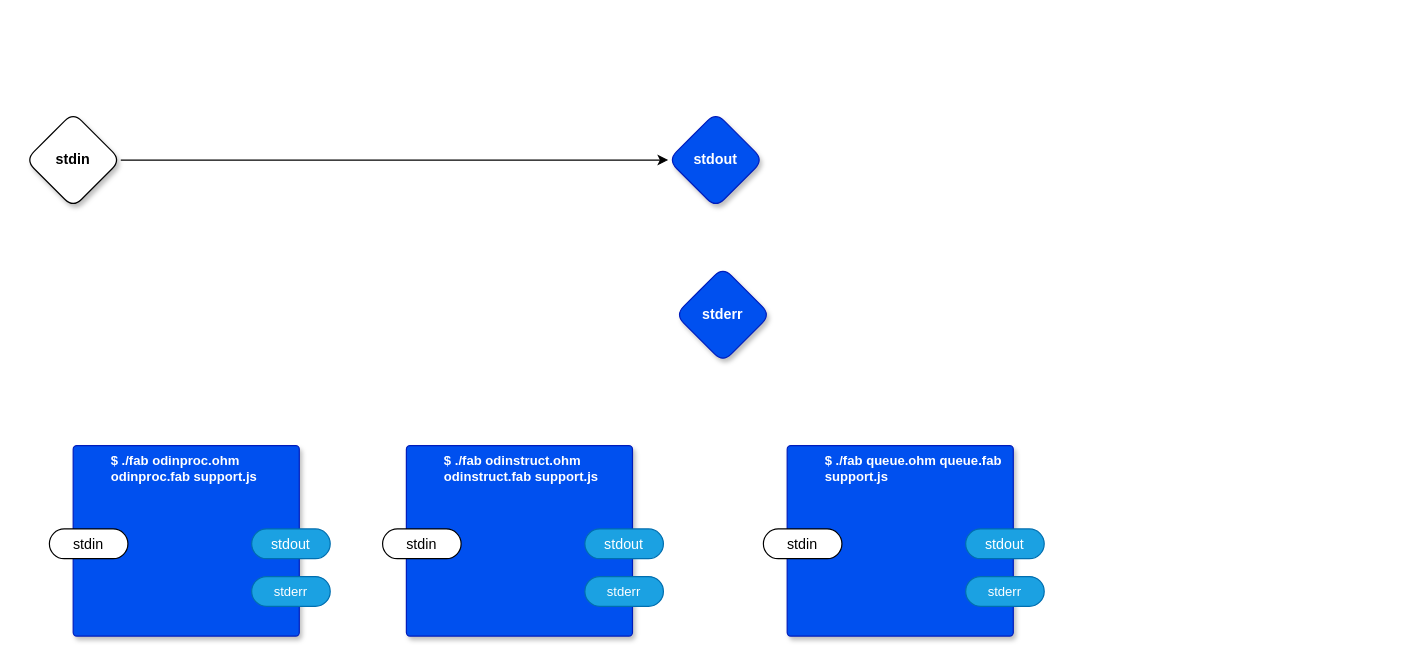
Earlier version of the draw.io diagram page "Pseudo" (7 of 7) of syntax-mapper/syntaxmapper.drawio (guitarvydas/0dv2). Source tidied: cells renumbered, new cells numbered last; positions are measured from the earlier drawing's top-left corner, leaving out a move shared by most shapes. Both pictures are drawn from the tidied source at 119%, with x=0, y=0 at pixel (25, 112).
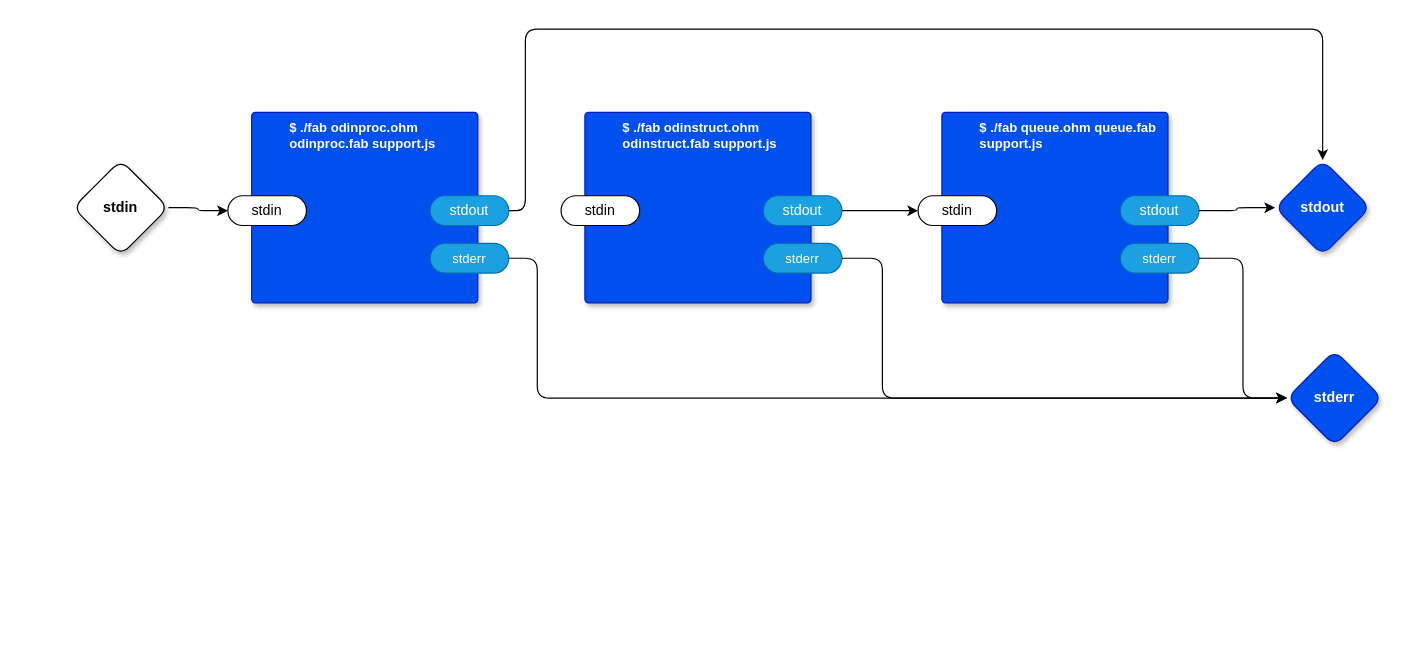
The same diagram, later.

The change refers to these unchanged cells:
```xml
<mxCell id="3" value="stdin" style="rounded=1;whiteSpace=wrap;html=1;sketch=0;points=[[0,0.5,0,0,0],[1,0.5,0,0,0]];arcSize=50;" parent="2" vertex="1">
  <mxGeometry x="-20" y="70" width="66" height="25" as="geometry" />
</mxCell>
<mxCell id="4" value="stdout" style="rounded=1;whiteSpace=wrap;html=1;sketch=0;points=[[0,0.5,0,0,0],[1,0.5,0,0,0]];fillColor=#1ba1e2;fontColor=#ffffff;strokeColor=#006EAF;arcSize=50;" parent="2" vertex="1">
  <mxGeometry x="150" y="70" width="66" height="25" as="geometry" />
</mxCell>
<mxCell id="5" value="stderr" style="rounded=1;whiteSpace=wrap;html=1;sketch=0;points=[[0,0.5,0,0,0],[1,0.5,0,0,0]];fillColor=#1ba1e2;fontColor=#ffffff;strokeColor=#006EAF;arcSize=50;fontFamily=Helvetica;fontSize=11;" parent="2" vertex="1">
  <mxGeometry x="150" y="110" width="66" height="25" as="geometry" />
</mxCell>
<mxCell id="12" value="stdout" style="rounded=1;whiteSpace=wrap;html=1;sketch=0;points=[[0,0.5,0,0,0],[1,0.5,0,0,0]];fillColor=#1ba1e2;fontColor=#ffffff;strokeColor=#006EAF;arcSize=50;" parent="10" vertex="1">
  <mxGeometry x="150" y="70" width="66" height="25" as="geometry" />
</mxCell>
<mxCell id="13" value="stderr" style="rounded=1;whiteSpace=wrap;html=1;sketch=0;points=[[0,0.5,0,0,0],[1,0.5,0,0,0]];fillColor=#1ba1e2;fontColor=#ffffff;strokeColor=#006EAF;arcSize=50;fontFamily=Helvetica;fontSize=11;" parent="10" vertex="1">
  <mxGeometry x="150" y="110" width="66" height="25" as="geometry" />
</mxCell>
<mxCell id="15" value="stdin" style="rounded=1;whiteSpace=wrap;html=1;sketch=0;points=[[0,0.5,0,0,0],[1,0.5,0,0,0]];arcSize=50;" parent="14" vertex="1">
  <mxGeometry x="-20" y="70" width="66" height="25" as="geometry" />
</mxCell>
<mxCell id="16" value="stdout" style="rounded=1;whiteSpace=wrap;html=1;sketch=0;points=[[0,0.5,0,0,0],[1,0.5,0,0,0]];fillColor=#1ba1e2;fontColor=#ffffff;strokeColor=#006EAF;arcSize=50;" parent="14" vertex="1">
  <mxGeometry x="150" y="70" width="66" height="25" as="geometry" />
</mxCell>
<mxCell id="17" value="stderr" style="rounded=1;whiteSpace=wrap;html=1;sketch=0;points=[[0,0.5,0,0,0],[1,0.5,0,0,0]];fillColor=#1ba1e2;fontColor=#ffffff;strokeColor=#006EAF;arcSize=50;fontFamily=Helvetica;fontSize=11;" parent="14" vertex="1">
  <mxGeometry x="150" y="110" width="66" height="25" as="geometry" />
</mxCell>
```

The edit, as a diff of the source:
```diff
@@
     <mxCell id="2" value="$ ./fab odinproc.ohm odinproc.fab support.js" style="rounded=1;sketch=0;verticalAlign=top;arcSize=6;fontStyle=1;absoluteArcSize=1;shadow=1;strokeColor=#001DBC;fillColor=#0050ef;fontColor=#ffffff;fontFamily=Helvetica;fontSize=11;html=1;whiteSpace=wrap;align=left;spacingLeft=30;" parent="1" vertex="1">
-      <mxGeometry x="40" y="280" width="190" height="160" as="geometry" />
+      <mxGeometry x="190" width="190" height="160" as="geometry" />
     </mxCell>
@@
-    <mxCell id="6" style="edgeStyle=orthogonalEdgeStyle;shape=connector;rounded=1;jettySize=auto;html=1;exitX=1;exitY=0.5;exitDx=0;exitDy=0;exitPerimeter=0;entryX=0;entryY=0.5;entryDx=0;entryDy=0;entryPerimeter=0;labelBackgroundColor=default;strokeColor=default;fontFamily=Helvetica;fontSize=11;fontColor=default;endArrow=classic;" parent="1" edge="1" source="7" target="8">
-      <mxGeometry relative="1" as="geometry" />
-    </mxCell>
+    <mxCell id="18" style="edgeStyle=orthogonalEdgeStyle;shape=connector;rounded=1;jettySize=auto;html=1;exitX=1;exitY=0.5;exitDx=0;exitDy=0;exitPerimeter=0;labelBackgroundColor=default;strokeColor=default;fontFamily=Helvetica;fontSize=11;fontColor=default;endArrow=classic;" parent="1" edge="1" source="7" target="3">
+      <mxGeometry relative="1" as="geometry" />
+    </mxCell>
     <mxCell id="7" value="stdin" style="rhombus;whiteSpace=wrap;html=1;rounded=1;fontStyle=1;glass=0;sketch=0;fontSize=12;points=[[0,0.5,0,0,0],[0.5,0,0,0,0],[0.5,1,0,0,0],[1,0.5,0,0,0]];shadow=1;fontFamily=Helvetica;fontColor=default;" parent="1" vertex="1">
-      <mxGeometry width="80" height="80" as="geometry" />
+      <mxGeometry x="40" y="40" width="80" height="80" as="geometry" />
     </mxCell>
     <mxCell id="8" value="stdout" style="rhombus;whiteSpace=wrap;html=1;rounded=1;fillColor=#0050ef;fontColor=#ffffff;strokeColor=#001DBC;fontStyle=1;glass=0;sketch=0;fontSize=12;points=[[0,0.5,0,0,0],[0.5,0,0,0,0],[0.5,1,0,0,0],[1,0.5,0,0,0]];shadow=1;fontFamily=Helvetica;" parent="1" vertex="1">
-      <mxGeometry x="540" width="80" height="80" as="geometry" />
+      <mxGeometry x="1050" y="40" width="80" height="80" as="geometry" />
     </mxCell>
     <mxCell id="9" value="stderr" style="rhombus;whiteSpace=wrap;html=1;rounded=1;fillColor=#0050ef;fontColor=#ffffff;strokeColor=#001DBC;fontStyle=1;glass=0;sketch=0;fontSize=12;points=[[0,0.5,0,0,0],[0.5,0,0,0,0],[0.5,1,0,0,0],[1,0.5,0,0,0]];shadow=1;fontFamily=Helvetica;" parent="1" vertex="1">
-      <mxGeometry x="546" y="130" width="80" height="80" as="geometry" />
+      <mxGeometry x="1060" y="200" width="80" height="80" as="geometry" />
     </mxCell>
     <mxCell id="10" value="$ ./fab odinstruct.ohm odinstruct.fab support.js" style="rounded=1;sketch=0;verticalAlign=top;arcSize=6;fontStyle=1;absoluteArcSize=1;shadow=1;strokeColor=#001DBC;fillColor=#0050ef;fontColor=#ffffff;fontFamily=Helvetica;fontSize=11;html=1;whiteSpace=wrap;align=left;spacingLeft=30;" parent="1" vertex="1">
-      <mxGeometry x="320" y="280" width="190" height="160" as="geometry" />
+      <mxGeometry x="470" width="190" height="160" as="geometry" />
     </mxCell>
@@
     <mxCell id="14" value="$ ./fab queue.ohm queue.fab support.js" style="rounded=1;sketch=0;verticalAlign=top;arcSize=6;fontStyle=1;absoluteArcSize=1;shadow=1;strokeColor=#001DBC;fillColor=#0050ef;fontColor=#ffffff;fontFamily=Helvetica;fontSize=11;html=1;whiteSpace=wrap;align=left;spacingLeft=30;" parent="1" vertex="1">
-      <mxGeometry x="640" y="280" width="190" height="160" as="geometry" />
+      <mxGeometry x="770" width="190" height="160" as="geometry" />
     </mxCell>
@@
+    <mxCell id="19" style="edgeStyle=orthogonalEdgeStyle;shape=connector;rounded=1;jettySize=auto;html=1;exitX=1;exitY=0.5;exitDx=0;exitDy=0;exitPerimeter=0;entryX=0;entryY=0.5;entryDx=0;entryDy=0;entryPerimeter=0;labelBackgroundColor=default;strokeColor=default;fontFamily=Helvetica;fontSize=11;fontColor=default;endArrow=classic;" parent="1" edge="1" source="12" target="15">
+      <mxGeometry relative="1" as="geometry" />
+    </mxCell>
+    <mxCell id="20" style="edgeStyle=orthogonalEdgeStyle;shape=connector;rounded=1;jettySize=auto;html=1;exitX=1;exitY=0.5;exitDx=0;exitDy=0;exitPerimeter=0;entryX=0;entryY=0.5;entryDx=0;entryDy=0;entryPerimeter=0;labelBackgroundColor=default;strokeColor=default;fontFamily=Helvetica;fontSize=11;fontColor=default;endArrow=classic;" parent="1" edge="1" source="16" target="8">
+      <mxGeometry relative="1" as="geometry" />
+    </mxCell>
+    <mxCell id="21" style="edgeStyle=orthogonalEdgeStyle;shape=connector;rounded=1;jettySize=auto;html=1;exitX=1;exitY=0.5;exitDx=0;exitDy=0;exitPerimeter=0;labelBackgroundColor=default;strokeColor=default;fontFamily=Helvetica;fontSize=11;fontColor=default;endArrow=classic;entryX=0;entryY=0.5;entryDx=0;entryDy=0;entryPerimeter=0;" parent="1" edge="1" source="17" target="9">
+      <mxGeometry relative="1" as="geometry" />
+    </mxCell>
+    <mxCell id="22" style="edgeStyle=orthogonalEdgeStyle;shape=connector;rounded=1;jettySize=auto;html=1;entryX=0;entryY=0.5;entryDx=0;entryDy=0;entryPerimeter=0;labelBackgroundColor=default;strokeColor=default;fontFamily=Helvetica;fontSize=11;fontColor=default;endArrow=classic;" parent="1" edge="1" source="13" target="9">
+      <mxGeometry relative="1" as="geometry">
+        <Array as="points">
+          <mxPoint x="720" y="123" />
+          <mxPoint x="720" y="240" />
+        </Array>
+      </mxGeometry>
+    </mxCell>
+    <mxCell id="23" style="edgeStyle=orthogonalEdgeStyle;shape=connector;rounded=1;jettySize=auto;html=1;labelBackgroundColor=default;strokeColor=default;fontFamily=Helvetica;fontSize=11;fontColor=default;endArrow=classic;" parent="1" edge="1" source="5" target="9">
+      <mxGeometry relative="1" as="geometry">
+        <Array as="points">
+          <mxPoint x="430" y="123" />
+          <mxPoint x="430" y="240" />
+        </Array>
+      </mxGeometry>
+    </mxCell>
+    <mxCell id="24" style="edgeStyle=orthogonalEdgeStyle;shape=connector;rounded=1;jettySize=auto;html=1;entryX=0.5;entryY=0;entryDx=0;entryDy=0;entryPerimeter=0;labelBackgroundColor=default;strokeColor=default;fontFamily=Helvetica;fontSize=11;fontColor=default;endArrow=classic;" parent="1" edge="1" source="4" target="8">
+      <mxGeometry relative="1" as="geometry">
+        <Array as="points">
+          <mxPoint x="420" y="83" />
+          <mxPoint x="420" y="-70" />
+          <mxPoint x="1090" y="-70" />
+        </Array>
+      </mxGeometry>
+    </mxCell>
```
